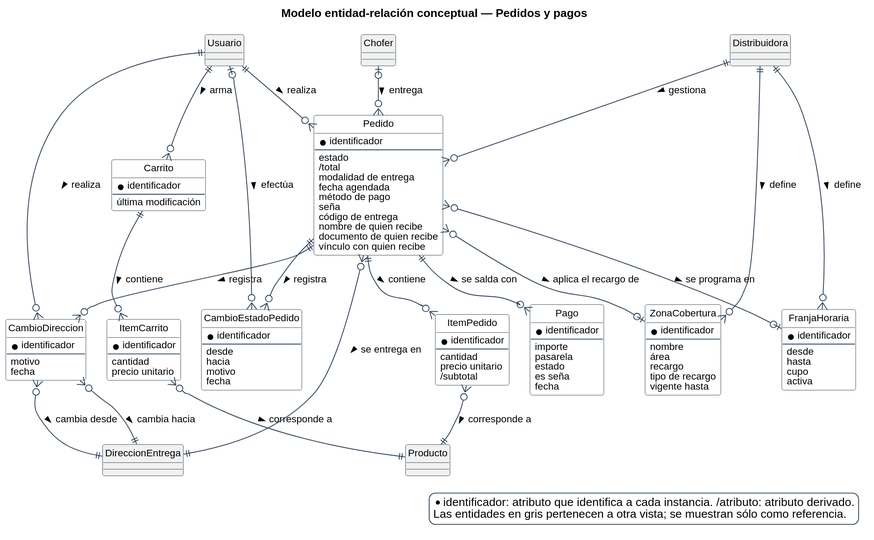
Above: diagramas/base-de-datos/conceptual/SPLG-der-02-pedidos-y-pagos.svg in Nahuelito-Dev/splg-docs (PlantUML), before the change.
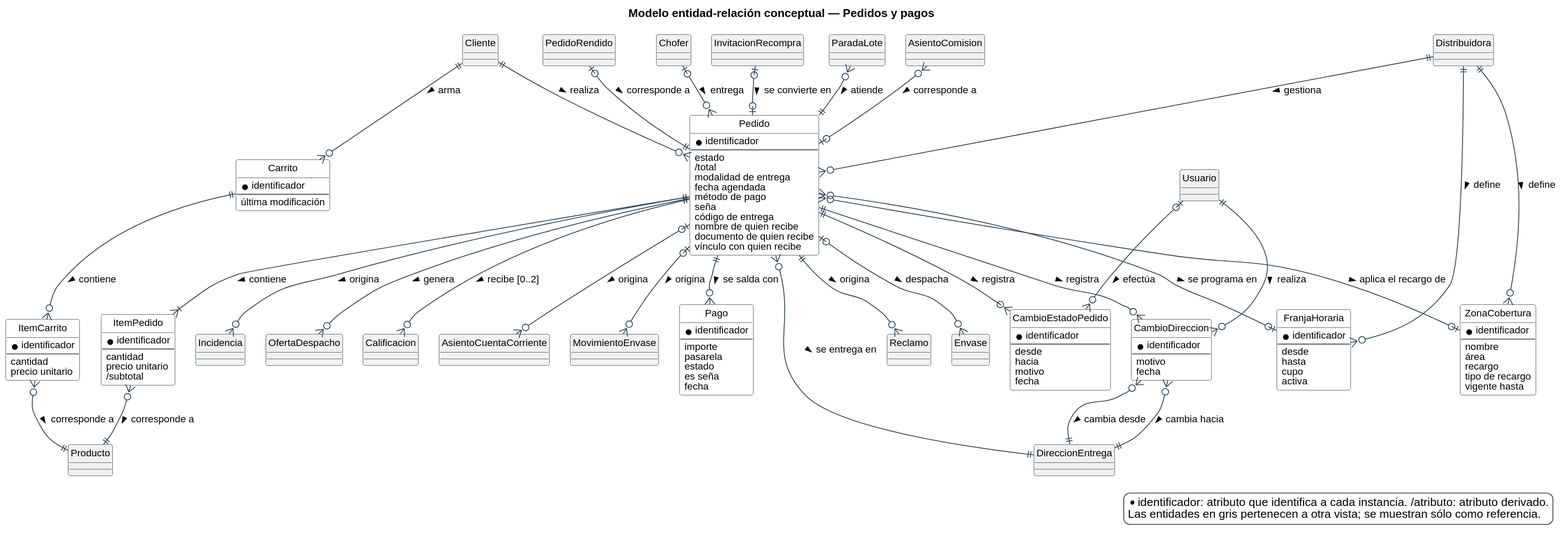
Later version of the same file.

The edit, as a diff of the source:
```diff
@@ -104,6 +104,8 @@
   {field} es seña
   {field} fecha
 }
+entity Cliente #F1F1F1 {
+}
 entity Chofer #F1F1F1 {
 }
 entity Producto #F1F1F1 {
@@ -114,27 +116,60 @@
 }
 entity Distribuidora #F1F1F1 {
 }
+entity Reclamo #F1F1F1 {
+}
+entity Envase #F1F1F1 {
+}
+entity Incidencia #F1F1F1 {
+}
+entity OfertaDespacho #F1F1F1 {
+}
+entity Calificacion #F1F1F1 {
+}
+entity InvitacionRecompra #F1F1F1 {
+}
+entity ParadaLote #F1F1F1 {
+}
+entity AsientoComision #F1F1F1 {
+}
+entity AsientoCuentaCorriente #F1F1F1 {
+}
+entity MovimientoEnvase #F1F1F1 {
+}
+entity PedidoRendido #F1F1F1 {
+}
 
 Distribuidora ||--o{ ZonaCobertura : define >
 Distribuidora ||--o{ FranjaHoraria : define >
-Usuario ||--o{ Carrito : arma >
+Cliente ||--o{ Carrito : arma >
 Carrito ||--o{ ItemCarrito : contiene >
 ItemCarrito }o--|| Producto : corresponde a >
 Pedido }o--|| DireccionEntrega : se entrega en >
 Pedido }o--o| ZonaCobertura : aplica el recargo de >
-Usuario ||--o{ Pedido : realiza >
+Cliente ||--o{ Pedido : realiza >
 Chofer |o--o{ Pedido : entrega >
 Distribuidora ||--o{ Pedido : gestiona >
 Pedido }o--o| FranjaHoraria : se programa en >
+Pedido ||--o{ Reclamo : origina >
+Pedido |o--o{ Envase : despacha >
+Pedido ||--o{ Incidencia : origina >
 Usuario ||--o{ CambioDireccion : realiza >
 CambioDireccion }o--|| DireccionEntrega : cambia desde >
 Pedido ||--o{ CambioDireccion : registra >
 CambioDireccion }o--|| DireccionEntrega : cambia hacia >
+Pedido ||--o{ OfertaDespacho : genera >
 ItemPedido }o--|| Producto : corresponde a >
-Pedido ||--o{ ItemPedido : contiene >
+Pedido ||--|{ ItemPedido : contiene >
 Usuario |o--o{ CambioEstadoPedido : efectúa >
 Pedido ||--o{ CambioEstadoPedido : registra >
 Pedido ||--o{ Pago : se salda con >
+Pedido ||--o{ Calificacion : recibe [0..2] >
+InvitacionRecompra |o--o| Pedido : se convierte en >
+ParadaLote }o--|| Pedido : atiende >
+AsientoComision }o--o| Pedido : corresponde a >
+Pedido |o--o{ AsientoCuentaCorriente : origina >
+Pedido |o--o{ MovimientoEnvase : origina >
+PedidoRendido |o--|| Pedido : corresponde a >
 
 legend bottom right
   * identificador: atributo que identifica a cada instancia.  /atributo: atributo derivado.
```
